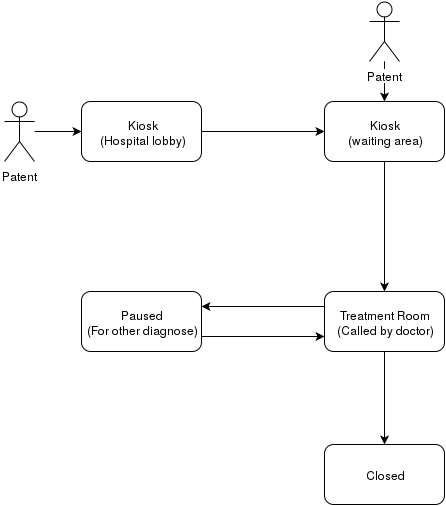
BIT-zhaoyang/MasterThesis keeps this draw.io diagram as template/thesistemplate42/images/visit.png. Above is the earlier version. Source tidied: cells renumbered, new cells last; positions are measured from the earlier drawing's top-left corner, leaving out a move shared by most shapes.
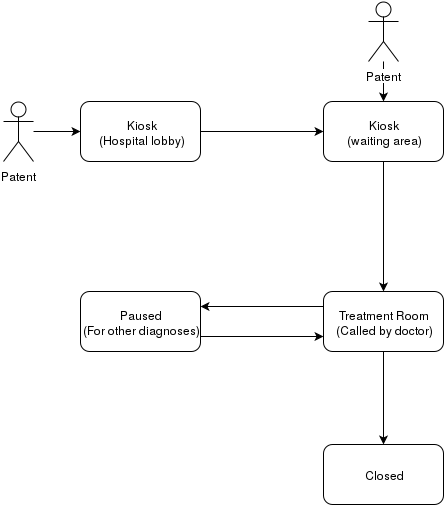
After the commit.

Diff of the diagram source:
```diff
@@ -38,7 +38,7 @@
     <mxCell id="13" style="edgeStyle=none;rounded=0;comic=0;html=1;exitX=1;exitY=0.75;entryX=0;entryY=0.75;jettySize=auto;strokeColor=#000000;strokeWidth=1;" parent="1" edge="1" source="14" target="12">
       <mxGeometry x="367" y="365" as="geometry" />
     </mxCell>
-    <mxCell id="14" value="Paused&lt;br&gt;(For other diagnose)&lt;br&gt;" style="rounded=1;whiteSpace=wrap;html=1;fillColor=none;" parent="1" vertex="1">
+    <mxCell id="14" value="Paused&lt;br&gt;(For other diagnoses)&lt;br&gt;" style="rounded=1;whiteSpace=wrap;html=1;fillColor=none;" parent="1" vertex="1">
       <mxGeometry x="77" y="290" width="120" height="60" as="geometry" />
     </mxCell>
     <mxCell id="15" value="Closed" style="rounded=1;whiteSpace=wrap;html=1;fillColor=none;" parent="1" vertex="1">
```
